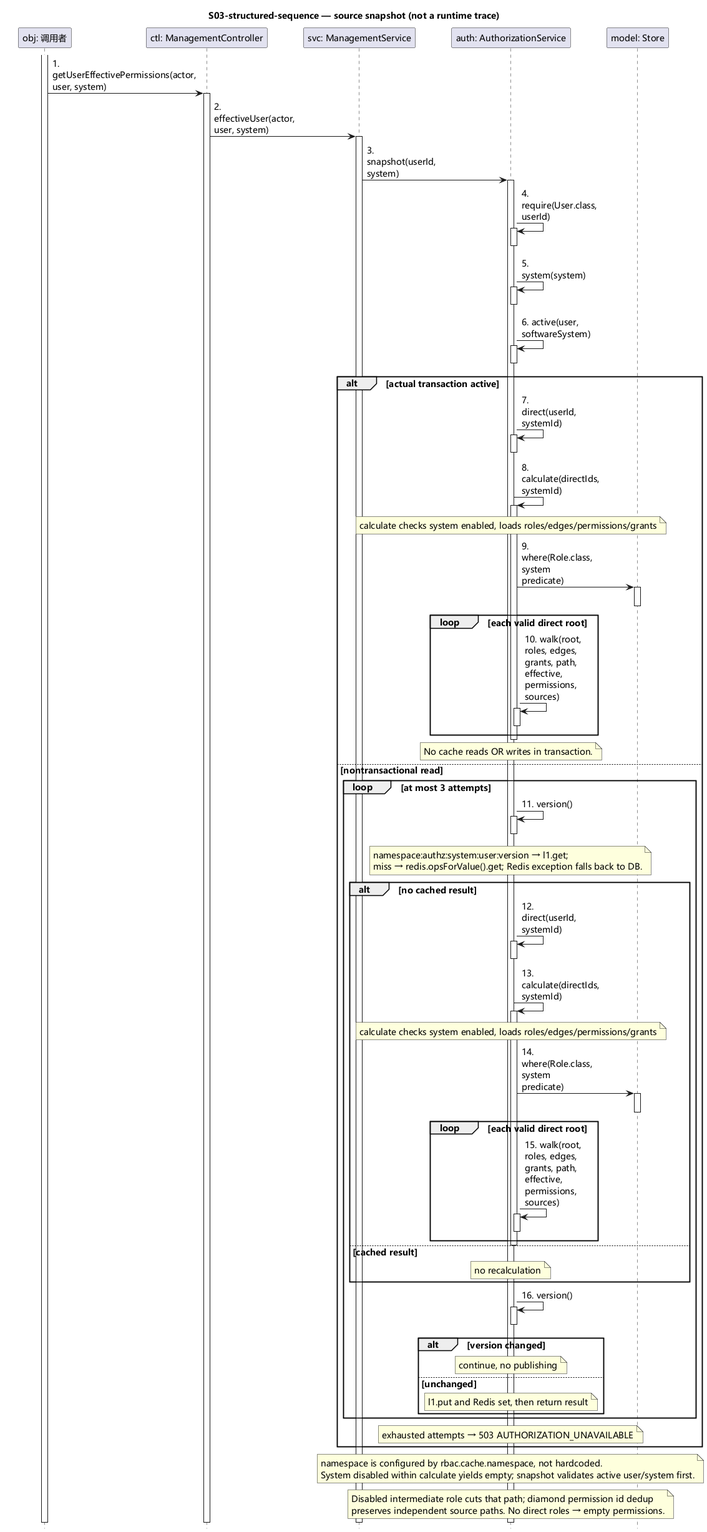
Before: docs/design/S03-structured-sequence.png, a diagram exported from PlantUML (tang-new/OOAD).
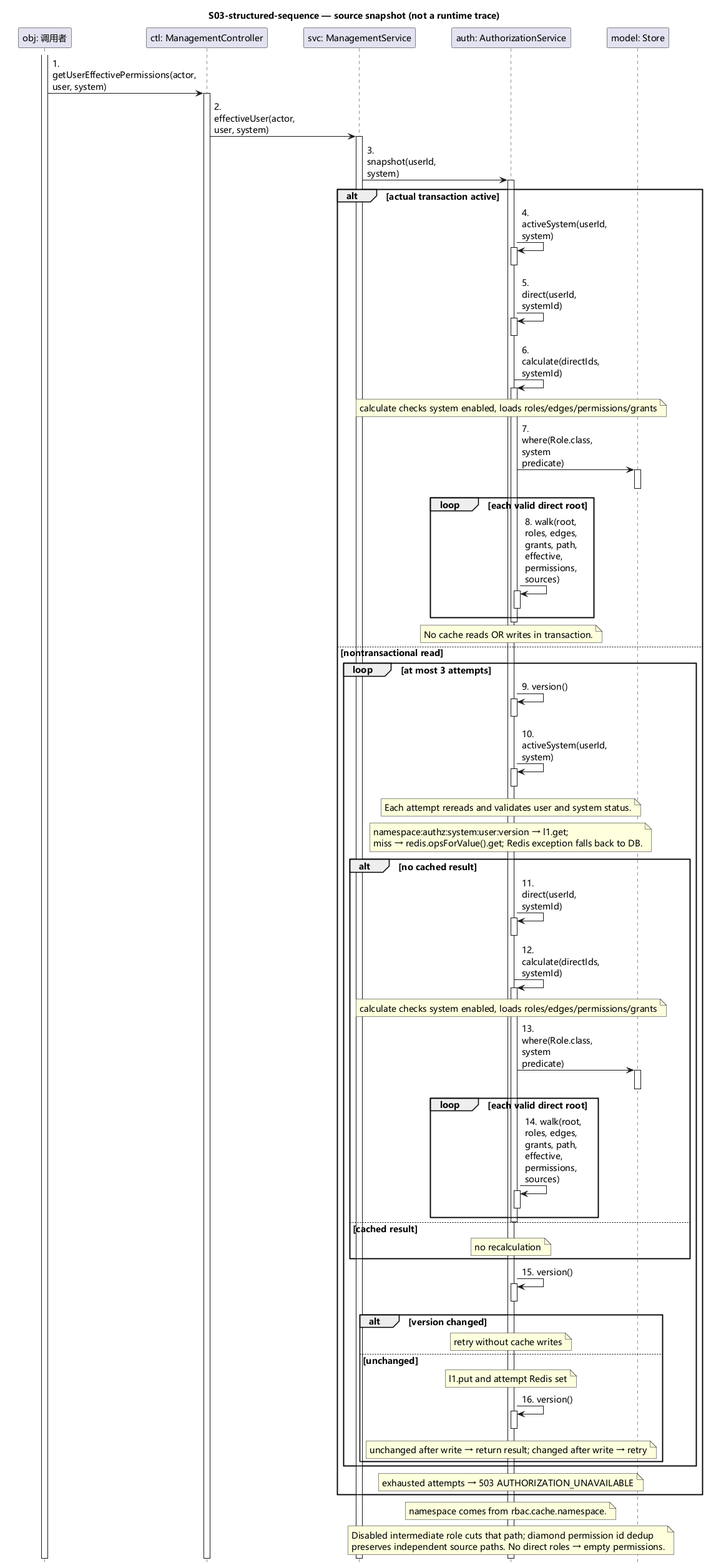
The same file after the commit.

Diff of the diagram source:
```diff
@@ -19,29 +19,23 @@
 activate svc
 svc -> auth: 3. snapshot(userId, system)
 activate auth
-auth -> auth: 4. require(User.class, userId)
+alt actual transaction active
+auth -> auth: 4. activeSystem(userId, system)
 activate auth
 deactivate auth
-auth -> auth: 5. system(system)
+auth -> auth: 5. direct(userId, systemId)
 activate auth
 deactivate auth
-auth -> auth: 6. active(user, softwareSystem)
-activate auth
-deactivate auth
-alt actual transaction active
-auth -> auth: 7. direct(userId, systemId)
-activate auth
-deactivate auth
-auth -> auth: 8. calculate(directIds, systemId)
+auth -> auth: 6. calculate(directIds, systemId)
 activate auth
 note over auth
 calculate checks system enabled, loads roles/edges/permissions/grants
 end note
-auth -> model: 9. where(Role.class, system predicate)
+auth -> model: 7. where(Role.class, system predicate)
 activate model
 deactivate model
 loop each valid direct root
-auth -> auth: 10. walk(root, roles, edges, grants, path, effective, permissions, sources)
+auth -> auth: 8. walk(root, roles, edges, grants, path, effective, permissions, sources)
 activate auth
 deactivate auth
 end
@@ -51,27 +45,33 @@
 end note
 else nontransactional read
 loop at most 3 attempts
-auth -> auth: 11. version()
+auth -> auth: 9. version()
 activate auth
 deactivate auth
+auth -> auth: 10. activeSystem(userId, system)
+activate auth
+deactivate auth
+note over auth
+Each attempt rereads and validates user and system status.
+end note
 note over auth
 namespace:authz:system:user:version → l1.get;
 miss → redis.opsForValue().get; Redis exception falls back to DB.
 end note
 alt no cached result
-auth -> auth: 12. direct(userId, systemId)
+auth -> auth: 11. direct(userId, systemId)
 activate auth
 deactivate auth
-auth -> auth: 13. calculate(directIds, systemId)
+auth -> auth: 12. calculate(directIds, systemId)
 activate auth
 note over auth
 calculate checks system enabled, loads roles/edges/permissions/grants
 end note
-auth -> model: 14. where(Role.class, system predicate)
+auth -> model: 13. where(Role.class, system predicate)
 activate model
 deactivate model
 loop each valid direct root
-auth -> auth: 15. walk(root, roles, edges, grants, path, effective, permissions, sources)
+auth -> auth: 14. walk(root, roles, edges, grants, path, effective, permissions, sources)
 activate auth
 deactivate auth
 end
@@ -81,16 +81,22 @@
 no recalculation
 end note
 end
-auth -> auth: 16. version()
+auth -> auth: 15. version()
 activate auth
 deactivate auth
 alt version changed
 note over auth
-continue, no publishing
+retry without cache writes
 end note
 else unchanged
 note over auth
-l1.put and Redis set, then return result
+l1.put and attempt Redis set
+end note
+auth -> auth: 16. version()
+activate auth
+deactivate auth
+note over auth
+unchanged after write → return result; changed after write → retry
 end note
 end
 end
@@ -99,8 +105,7 @@
 end note
 end
 note over auth
-namespace is configured by rbac.cache.namespace, not hardcoded.
-System disabled within calculate yields empty; snapshot validates active user/system first.
+namespace comes from rbac.cache.namespace.
 end note
 note over auth
 Disabled intermediate role cuts that path; diamond permission id dedup
```
